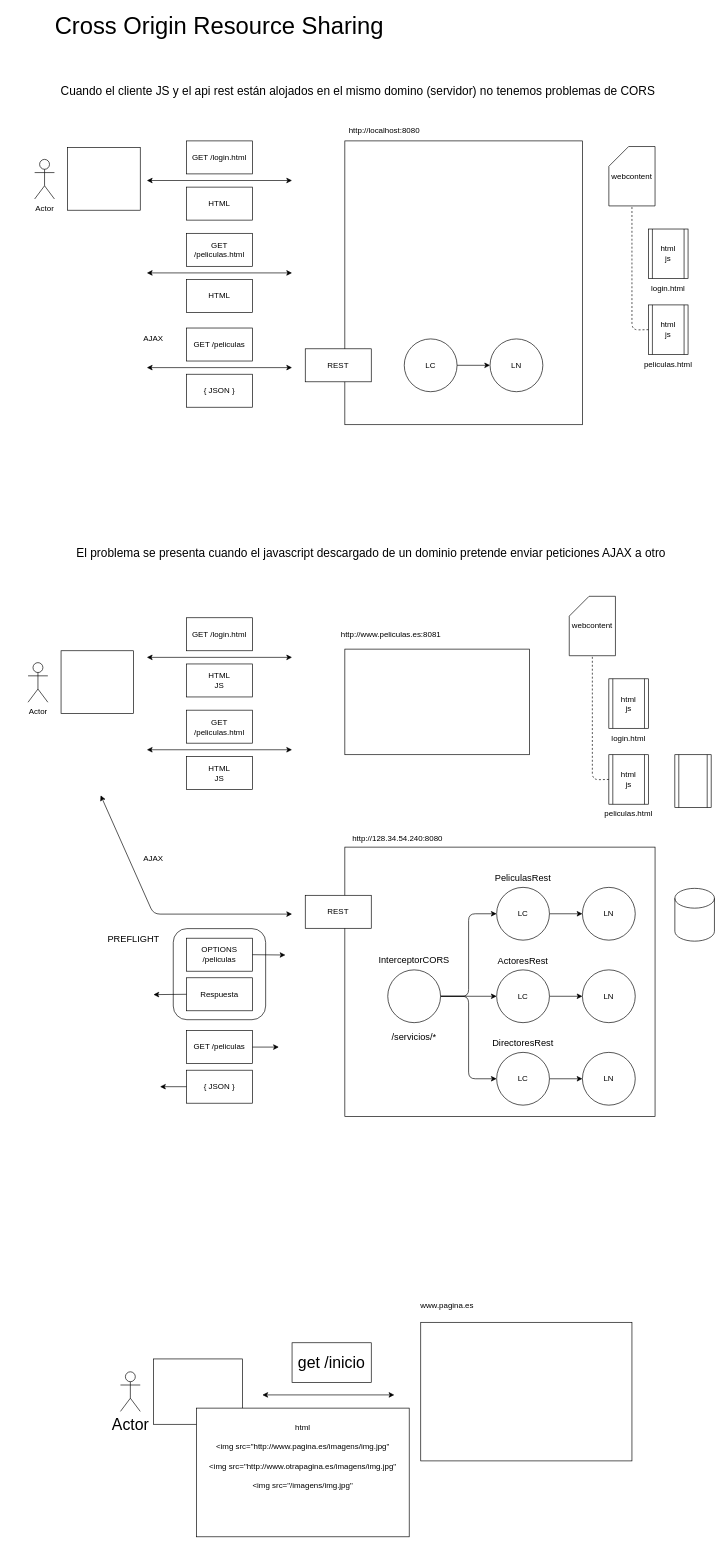
Earlier version of the draw.io diagram page "Página-4" (4 of 13) of dibujos.drawio (lrag/seguridad_java). Source tidied: cells renumbered, new cells numbered last; positions are measured from the earlier drawing's top-left corner, leaving out a move shared by most shapes. Both pictures are drawn from the tidied source at 66%, with x=0, y=0 at pixel (11, 15).
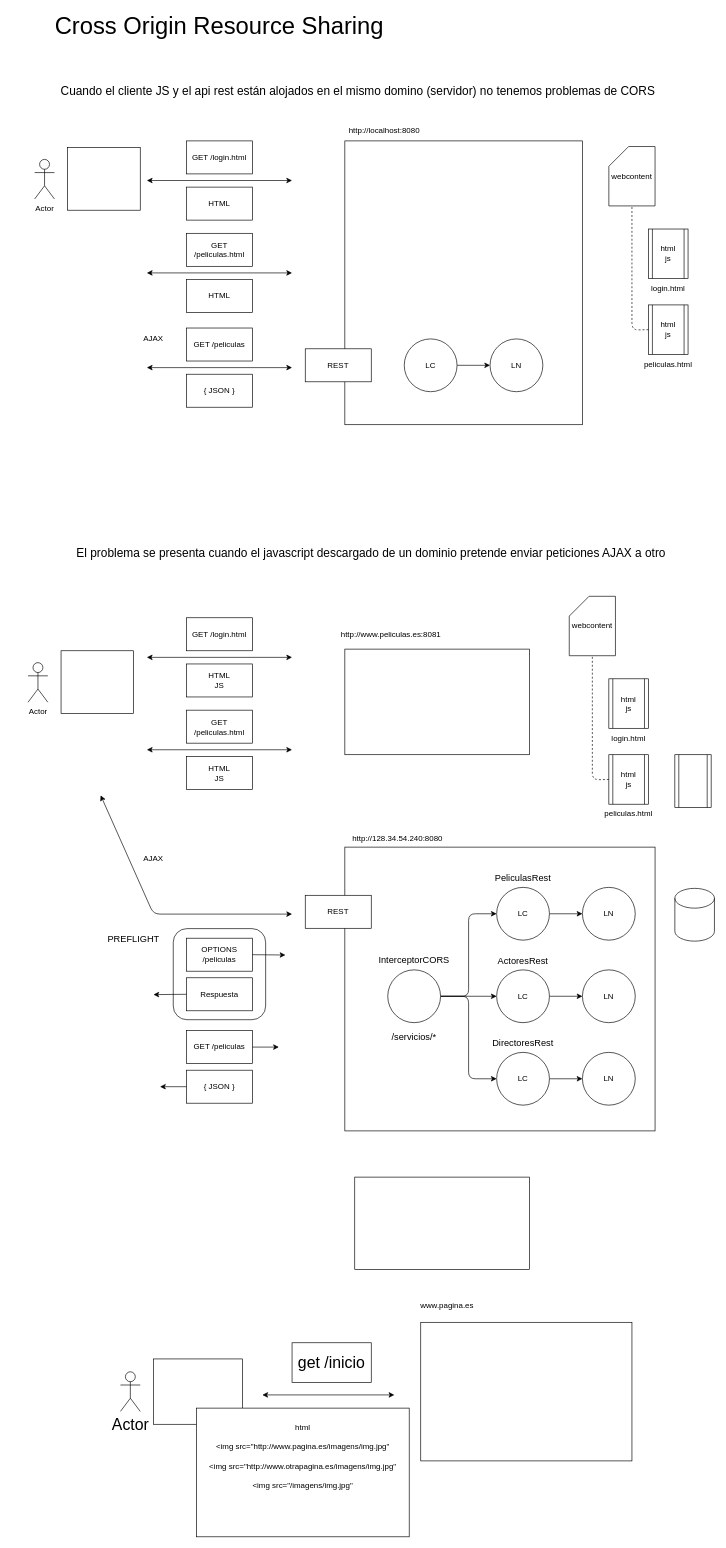
After the change.

Change to the diagram source:
```diff
@@
     <mxCell id="3" style="rounded=0;whiteSpace=wrap;html=1;fontSize=18;align=center;" parent="1" vertex="1">
-      <mxGeometry x="505" y="1260" width="470" height="408" as="geometry" />
+      <mxGeometry x="505" y="1260" width="470" height="430" as="geometry" />
     </mxCell>
@@
+    <mxCell id="87" style="rounded=0;whiteSpace=wrap;html=1;" parent="1" vertex="1">
+      <mxGeometry x="520" y="1760" width="265" height="140" as="geometry" />
+    </mxCell>
```
